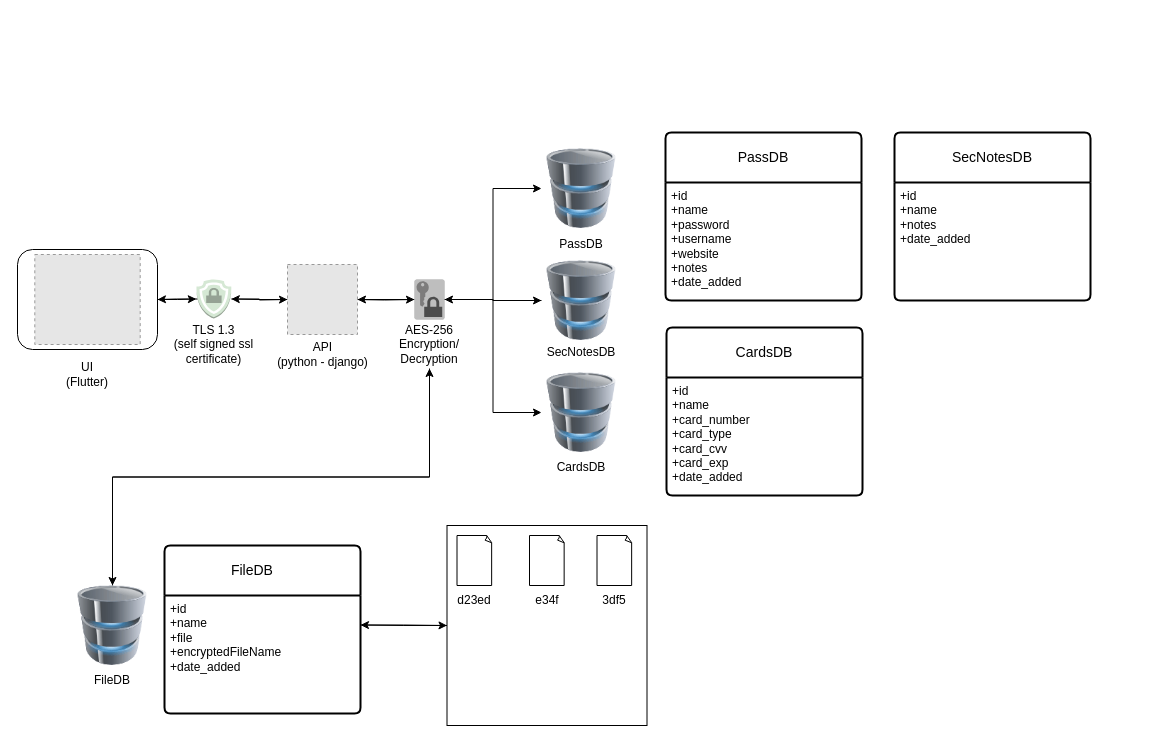
This is page "base structure" (1 of 3) of keysafe-vault.drawio from desujoy/keysafe-vault, a draw.io file, before an edit. Source tidied: cells renumbered, new cells numbered last; positions are measured from the earlier drawing's top-left corner, leaving out a move shared by most shapes. Both pictures are drawn from the tidied source at 100%, with x=0, y=0 at pixel (17, 132). Pictures stored in the file or linked from it are replaced by grey dashed boxes.
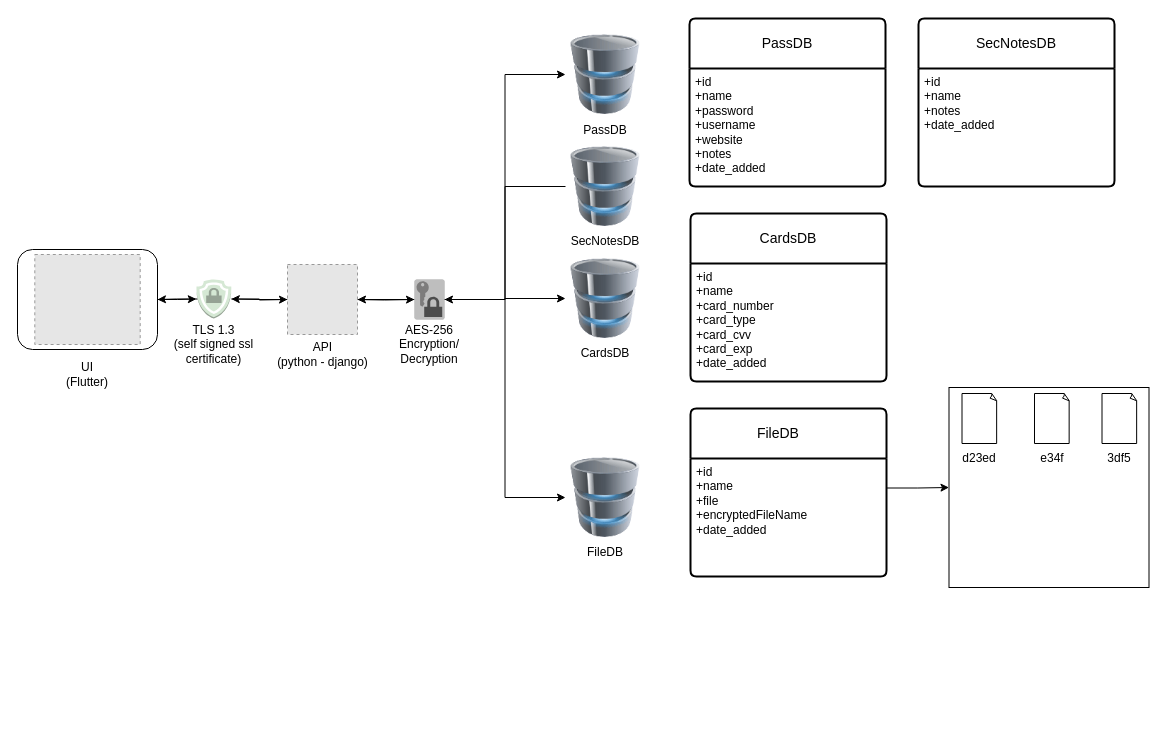
The same page after the edit.

The change refers to these unchanged cells:
```xml
<mxCell id="13" style="outlineConnect=0;dashed=0;verticalLabelPosition=bottom;verticalAlign=top;align=center;html=1;shape=mxgraph.aws3.data_encryption_key;fillColor=#7D7C7C;gradientColor=none;" parent="1" vertex="1">
  <mxGeometry x="397" y="147" width="30" height="40" as="geometry" />
</mxCell>
<mxCell id="17" value="AES-256 Encryption/&lt;br&gt;Decryption" style="text;html=1;strokeColor=none;fillColor=none;align=center;verticalAlign=middle;whiteSpace=wrap;rounded=0;" parent="1" vertex="1">
  <mxGeometry x="376" y="188" width="72" height="48" as="geometry" />
</mxCell>
<mxCell id="39" value="&lt;div&gt;+id&lt;/div&gt;&lt;div&gt;+name&lt;/div&gt;&lt;div&gt;+file&lt;/div&gt;&lt;div&gt;+encryptedFileName&lt;/div&gt;&lt;div&gt;+date_added&lt;/div&gt;" style="align=left;strokeColor=none;fillColor=none;spacingLeft=4;fontSize=12;verticalAlign=top;html=1;" parent="38" vertex="1">
  <mxGeometry y="50" width="196" height="118" as="geometry" />
</mxCell>
<mxCell id="41" style="whiteSpace=wrap;html=1;" parent="40" vertex="1">
  <mxGeometry x="2.5" width="200" height="200" as="geometry" />
</mxCell>
```

What changed in the source:
```diff
@@
     <mxCell id="2" style="group;" parent="1" vertex="1">
-      <mxGeometry y="117" width="140" height="100" as="geometry" />
+      <mxGeometry y="117" width="237" height="195" as="geometry" />
     </mxCell>
@@
-    <mxCell id="10" style="edgeStyle=orthogonalEdgeStyle;rounded=0;jettySize=auto;html=1;exitX=1;exitY=0.5;exitDx=0;exitDy=0;exitPerimeter=0;" parent="1" edge="1" source="13" target="24">
-      <mxGeometry relative="1" as="geometry" />
-    </mxCell>
@@
+    <mxCell id="50" style="edgeStyle=orthogonalEdgeStyle;rounded=0;jettySize=auto;html=1;exitX=1;exitY=0.5;exitDx=0;exitDy=0;exitPerimeter=0;entryX=0;entryY=0.5;entryDx=0;entryDy=0;" parent="1" edge="1" source="13" target="36">
+      <mxGeometry relative="1" as="geometry" />
+    </mxCell>
@@
-    <mxCell id="16" style="edgeStyle=orthogonalEdgeStyle;rounded=0;jettySize=auto;html=1;exitX=0.5;exitY=1;exitDx=0;exitDy=0;entryX=0.5;entryY=0;entryDx=0;entryDy=0;" parent="1" edge="1" source="17" target="36">
-      <mxGeometry relative="1" as="geometry" />
-    </mxCell>
@@
     <mxCell id="22" style="image;html=1;image=img/lib/clip_art/computers/Database_128x128.png;" parent="1" vertex="1">
-      <mxGeometry x="524" y="16" width="80" height="80" as="geometry" />
+      <mxGeometry x="548" y="-98" width="80" height="80" as="geometry" />
     </mxCell>
@@
     <mxCell id="24" style="image;html=1;image=img/lib/clip_art/computers/Database_128x128.png;" parent="1" vertex="1">
-      <mxGeometry x="524" y="128" width="80" height="80" as="geometry" />
+      <mxGeometry x="548" y="14" width="80" height="80" as="geometry" />
     </mxCell>
     <mxCell id="25" style="image;html=1;image=img/lib/clip_art/computers/Database_128x128.png;" parent="1" vertex="1">
-      <mxGeometry x="524" y="240" width="80" height="80" as="geometry" />
+      <mxGeometry x="548" y="126" width="80" height="80" as="geometry" />
     </mxCell>
     <mxCell id="26" value="PassDB" style="text;html=1;strokeColor=none;fillColor=none;align=center;verticalAlign=middle;whiteSpace=wrap;rounded=0;" parent="1" vertex="1">
-      <mxGeometry x="534" y="96.5" width="60" height="30" as="geometry" />
+      <mxGeometry x="558" y="-17.5" width="60" height="30" as="geometry" />
     </mxCell>
     <mxCell id="27" value="SecNotesDB" style="text;html=1;strokeColor=none;fillColor=none;align=center;verticalAlign=middle;whiteSpace=wrap;rounded=0;" parent="1" vertex="1">
-      <mxGeometry x="534" y="204.5" width="60" height="30" as="geometry" />
+      <mxGeometry x="558" y="94" width="60" height="30" as="geometry" />
     </mxCell>
     <mxCell id="28" value="CardsDB" style="text;html=1;strokeColor=none;fillColor=none;align=center;verticalAlign=middle;whiteSpace=wrap;rounded=0;" parent="1" vertex="1">
-      <mxGeometry x="534" y="320" width="60" height="30" as="geometry" />
+      <mxGeometry x="558" y="206" width="60" height="30" as="geometry" />
     </mxCell>
     <mxCell id="29" value="PassDB" style="swimlane;horizontal=1;startSize=50;rounded=1;fontSize=14;fontStyle=0;strokeWidth=2;shadow=0;dashed=0;align=center;arcSize=4;whiteSpace=wrap;html=1;" parent="1" vertex="1">
-      <mxGeometry x="648" width="196" height="168" as="geometry" />
+      <mxGeometry x="672" y="-114" width="196" height="168" as="geometry" />
     </mxCell>
@@
     <mxCell id="31" value="CardsDB" style="swimlane;horizontal=1;startSize=50;rounded=1;fontSize=14;fontStyle=0;strokeWidth=2;shadow=0;dashed=0;align=center;arcSize=4;whiteSpace=wrap;html=1;" parent="1" vertex="1">
-      <mxGeometry x="649" y="195" width="196" height="168" as="geometry" />
+      <mxGeometry x="673" y="81" width="196" height="168" as="geometry" />
     </mxCell>
@@
     <mxCell id="33" value="SecNotesDB" style="swimlane;horizontal=1;startSize=50;rounded=1;fontSize=14;fontStyle=0;strokeWidth=2;shadow=0;dashed=0;align=center;arcSize=4;whiteSpace=wrap;html=1;" parent="1" vertex="1">
-      <mxGeometry x="877" width="196" height="168" as="geometry" />
+      <mxGeometry x="901" y="-114" width="196" height="168" as="geometry" />
     </mxCell>
@@
-    <mxCell id="35" style="edgeStyle=orthogonalEdgeStyle;rounded=0;jettySize=auto;html=1;exitX=0.5;exitY=0;exitDx=0;exitDy=0;entryX=0.5;entryY=1;entryDx=0;entryDy=0;" parent="1" edge="1" source="36" target="17">
-      <mxGeometry relative="1" as="geometry" />
-    </mxCell>
     <mxCell id="36" style="image;html=1;image=img/lib/clip_art/computers/Database_128x128.png;" parent="1" vertex="1">
-      <mxGeometry x="55" y="453" width="80" height="80" as="geometry" />
+      <mxGeometry x="548" y="325" width="80" height="80" as="geometry" />
     </mxCell>
     <mxCell id="37" value="FileDB" style="text;html=1;strokeColor=none;fillColor=none;align=center;verticalAlign=middle;whiteSpace=wrap;rounded=0;" parent="1" vertex="1">
-      <mxGeometry x="65" y="533" width="60" height="30" as="geometry" />
+      <mxGeometry x="558" y="405" width="60" height="30" as="geometry" />
     </mxCell>
     <mxCell id="38" value="FileDB&lt;span style=&quot;white-space: pre;&quot;&gt;&#9;&lt;/span&gt;" style="swimlane;horizontal=1;startSize=50;rounded=1;fontSize=14;fontStyle=0;strokeWidth=2;shadow=0;dashed=0;align=center;arcSize=4;whiteSpace=wrap;html=1;" parent="1" vertex="1">
-      <mxGeometry x="147" y="413" width="196" height="168" as="geometry" />
+      <mxGeometry x="673" y="276" width="196" height="168" as="geometry" />
     </mxCell>
@@
     <mxCell id="40" style="group;" parent="1" vertex="1">
-      <mxGeometry x="427" y="393" width="202.5" height="200" as="geometry" />
+      <mxGeometry x="929" y="255" width="202.5" height="200" as="geometry" />
     </mxCell>
@@
     <mxCell id="42" style="whiteSpace=wrap;html=1;shape=mxgraph.basic.document;" parent="40" vertex="1">
-      <mxGeometry x="12.5" y="10" width="35" height="50" as="geometry" />
+      <mxGeometry x="15.5" y="6" width="35" height="50" as="geometry" />
     </mxCell>
     <mxCell id="43" style="whiteSpace=wrap;html=1;shape=mxgraph.basic.document;" parent="40" vertex="1">
-      <mxGeometry x="85" y="10" width="35" height="50" as="geometry" />
+      <mxGeometry x="88" y="6" width="35" height="50" as="geometry" />
     </mxCell>
     <mxCell id="44" style="whiteSpace=wrap;html=1;shape=mxgraph.basic.document;" parent="40" vertex="1">
-      <mxGeometry x="152.5" y="10" width="35" height="50" as="geometry" />
+      <mxGeometry x="155.5" y="6" width="35" height="50" as="geometry" />
     </mxCell>
     <mxCell id="45" value="d23ed" style="text;html=1;strokeColor=none;fillColor=none;align=center;verticalAlign=middle;whiteSpace=wrap;rounded=0;" parent="40" vertex="1">
-      <mxGeometry y="60" width="60" height="30" as="geometry" />
+      <mxGeometry x="3" y="56" width="60" height="30" as="geometry" />
     </mxCell>
     <mxCell id="46" value="e34f" style="text;html=1;strokeColor=none;fillColor=none;align=center;verticalAlign=middle;whiteSpace=wrap;rounded=0;" parent="40" vertex="1">
-      <mxGeometry x="72.5" y="60" width="60" height="30" as="geometry" />
+      <mxGeometry x="75.5" y="56" width="60" height="30" as="geometry" />
     </mxCell>
     <mxCell id="47" value="3df5" style="text;html=1;strokeColor=none;fillColor=none;align=center;verticalAlign=middle;whiteSpace=wrap;rounded=0;" parent="40" vertex="1">
-      <mxGeometry x="140" y="60" width="60" height="30" as="geometry" />
+      <mxGeometry x="143" y="56" width="60" height="30" as="geometry" />
     </mxCell>
@@
-    <mxCell id="49" style="edgeStyle=orthogonalEdgeStyle;rounded=0;jettySize=auto;html=1;exitX=0;exitY=0.5;exitDx=0;exitDy=0;entryX=1;entryY=0.25;entryDx=0;entryDy=0;" parent="1" edge="1" source="41" target="39">
-      <mxGeometry relative="1" as="geometry" />
-    </mxCell>
```
